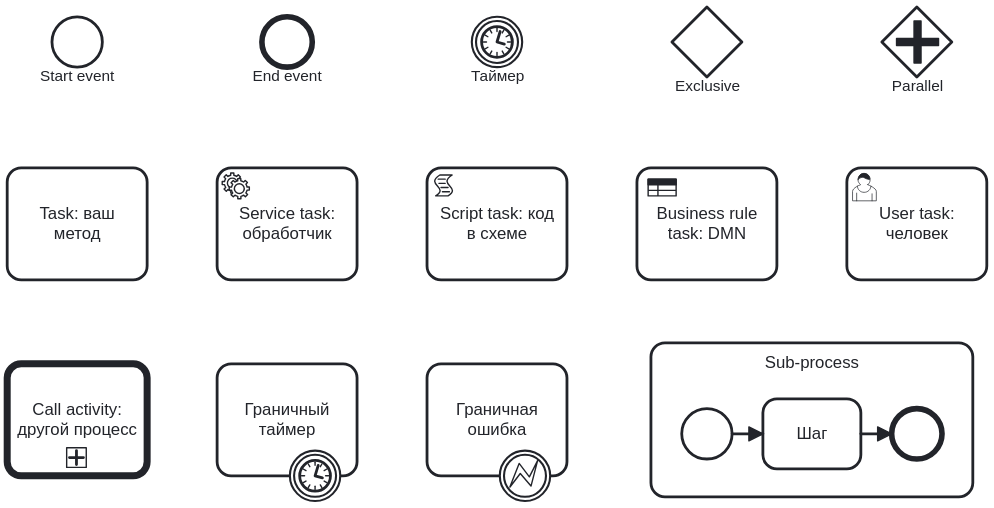
The BPMN diagram docs/images/elements.svg in nicolas-vp/go-bpm, before a commit. Its source is kept beside it as docs/images/src/elements.bpmn. Ids are renumbered. Its diagram source:
```xml
<bpmn:definitions xmlns:bpmn="http://www.omg.org/spec/BPMN/20100524/MODEL" xmlns:bpmndi="http://www.omg.org/spec/BPMN/20100524/DI"
    xmlns:dc="http://www.omg.org/spec/DD/20100524/DC" xmlns:di="http://www.omg.org/spec/DD/20100524/DI"
    xmlns:zeebe="http://camunda.org/schema/zeebe/1.0" xmlns:xsi="http://www.w3.org/2001/XMLSchema-instance"
    id="Definitions_Elements" targetNamespace="http://bpmn.io/schema/bpmn">
  <bpmn:process id="Elements" isExecutable="true">
    <bpmn:startEvent id="e0" name="Start event"></bpmn:startEvent>
    <bpmn:endEvent id="e1" name="End event"></bpmn:endEvent>
    <bpmn:intermediateCatchEvent id="e2" name="Таймер"><bpmn:timerEventDefinition><bpmn:timeDuration xsi:type="bpmn:tFormalExpression">PT5M</bpmn:timeDuration></bpmn:timerEventDefinition></bpmn:intermediateCatchEvent>
    <bpmn:exclusiveGateway id="e3" name="Exclusive"></bpmn:exclusiveGateway>
    <bpmn:parallelGateway id="e4" name="Parallel"></bpmn:parallelGateway>
    <bpmn:task id="t0" name="Task: ваш метод"></bpmn:task>
    <bpmn:serviceTask id="t1" name="Service task: обработчик"><bpmn:extensionElements><zeebe:taskDefinition type="x" /></bpmn:extensionElements></bpmn:serviceTask>
    <bpmn:scriptTask id="t2" name="Script task: код в схеме"></bpmn:scriptTask>
    <bpmn:businessRuleTask id="t3" name="Business rule task: DMN"></bpmn:businessRuleTask>
    <bpmn:userTask id="t4" name="User task: человек"></bpmn:userTask>
    <bpmn:callActivity id="c1" name="Call activity: другой процесс"></bpmn:callActivity>
    <bpmn:task id="b1" name="Граничный таймер"></bpmn:task>
    <bpmn:boundaryEvent id="b1t" attachedToRef="b1"><bpmn:timerEventDefinition><bpmn:timeDuration xsi:type="bpmn:tFormalExpression">PT30S</bpmn:timeDuration></bpmn:timerEventDefinition></bpmn:boundaryEvent>
    <bpmn:task id="b2" name="Граничная ошибка"></bpmn:task>
    <bpmn:boundaryEvent id="b2e" attachedToRef="b2"><bpmn:errorEventDefinition /></bpmn:boundaryEvent>
    <bpmn:subProcess id="s1" name="Sub-process">      <bpmn:startEvent id="s1a"><bpmn:outgoing>sf1</bpmn:outgoing></bpmn:startEvent>
      <bpmn:task id="s1b" name="Шаг"><bpmn:incoming>sf1</bpmn:incoming><bpmn:outgoing>sf2</bpmn:outgoing></bpmn:task>
      <bpmn:endEvent id="s1c"><bpmn:incoming>sf2</bpmn:incoming></bpmn:endEvent>
</bpmn:subProcess>
    <bpmn:sequenceFlow id="sf1" sourceRef="s1a" targetRef="s1b"></bpmn:sequenceFlow>
    <bpmn:sequenceFlow id="sf2" sourceRef="s1b" targetRef="s1c"></bpmn:sequenceFlow>
  </bpmn:process>
  <bpmndi:BPMNDiagram id="Diagram_Elements">
    <bpmndi:BPMNPlane id="Plane_Elements" bpmnElement="Elements">
      <bpmndi:BPMNShape id="e0_di" bpmnElement="e0"><dc:Bounds x="62" y="42" width="36" height="36" /></bpmndi:BPMNShape>
      <bpmndi:BPMNShape id="e1_di" bpmnElement="e1"><dc:Bounds x="212" y="42" width="36" height="36" /></bpmndi:BPMNShape>
      <bpmndi:BPMNShape id="e2_di" bpmnElement="e2"><dc:Bounds x="362" y="42" width="36" height="36" /></bpmndi:BPMNShape>
      <bpmndi:BPMNShape id="e3_di" bpmnElement="e3"><dc:Bounds x="505" y="35" width="50" height="50" /></bpmndi:BPMNShape>
      <bpmndi:BPMNShape id="e4_di" bpmnElement="e4"><dc:Bounds x="655" y="35" width="50" height="50" /></bpmndi:BPMNShape>
      <bpmndi:BPMNShape id="t0_di" bpmnElement="t0"><dc:Bounds x="30" y="150" width="100" height="80" /></bpmndi:BPMNShape>
      <bpmndi:BPMNShape id="t1_di" bpmnElement="t1"><dc:Bounds x="180" y="150" width="100" height="80" /></bpmndi:BPMNShape>
      <bpmndi:BPMNShape id="t2_di" bpmnElement="t2"><dc:Bounds x="330" y="150" width="100" height="80" /></bpmndi:BPMNShape>
      <bpmndi:BPMNShape id="t3_di" bpmnElement="t3"><dc:Bounds x="480" y="150" width="100" height="80" /></bpmndi:BPMNShape>
      <bpmndi:BPMNShape id="t4_di" bpmnElement="t4"><dc:Bounds x="630" y="150" width="100" height="80" /></bpmndi:BPMNShape>
      <bpmndi:BPMNShape id="c1_di" bpmnElement="c1"><dc:Bounds x="30" y="290" width="100" height="80" /></bpmndi:BPMNShape>
      <bpmndi:BPMNShape id="b1_di" bpmnElement="b1"><dc:Bounds x="180" y="290" width="100" height="80" /></bpmndi:BPMNShape>
      <bpmndi:BPMNShape id="b1t_di" bpmnElement="b1t"><dc:Bounds x="232" y="352" width="36" height="36" /></bpmndi:BPMNShape>
      <bpmndi:BPMNShape id="b2_di" bpmnElement="b2"><dc:Bounds x="330" y="290" width="100" height="80" /></bpmndi:BPMNShape>
      <bpmndi:BPMNShape id="b2e_di" bpmnElement="b2e"><dc:Bounds x="382" y="352" width="36" height="36" /></bpmndi:BPMNShape>
      <bpmndi:BPMNShape id="s1_di" bpmnElement="s1" isExpanded="true"><dc:Bounds x="490" y="275" width="230" height="110" /></bpmndi:BPMNShape>
      <bpmndi:BPMNShape id="s1a_di" bpmnElement="s1a"><dc:Bounds x="512" y="322" width="36" height="36" /></bpmndi:BPMNShape>
      <bpmndi:BPMNShape id="s1b_di" bpmnElement="s1b"><dc:Bounds x="570" y="315" width="70" height="50" /></bpmndi:BPMNShape>
      <bpmndi:BPMNShape id="s1c_di" bpmnElement="s1c"><dc:Bounds x="662" y="322" width="36" height="36" /></bpmndi:BPMNShape>
      <bpmndi:BPMNEdge id="sf1_di" bpmnElement="sf1"><di:waypoint x="548" y="340" /><di:waypoint x="570" y="340" /></bpmndi:BPMNEdge>
      <bpmndi:BPMNEdge id="sf2_di" bpmnElement="sf2"><di:waypoint x="640" y="340" /><di:waypoint x="662" y="340" /></bpmndi:BPMNEdge>
    </bpmndi:BPMNPlane>
  </bpmndi:BPMNDiagram>
</bpmn:definitions>
```
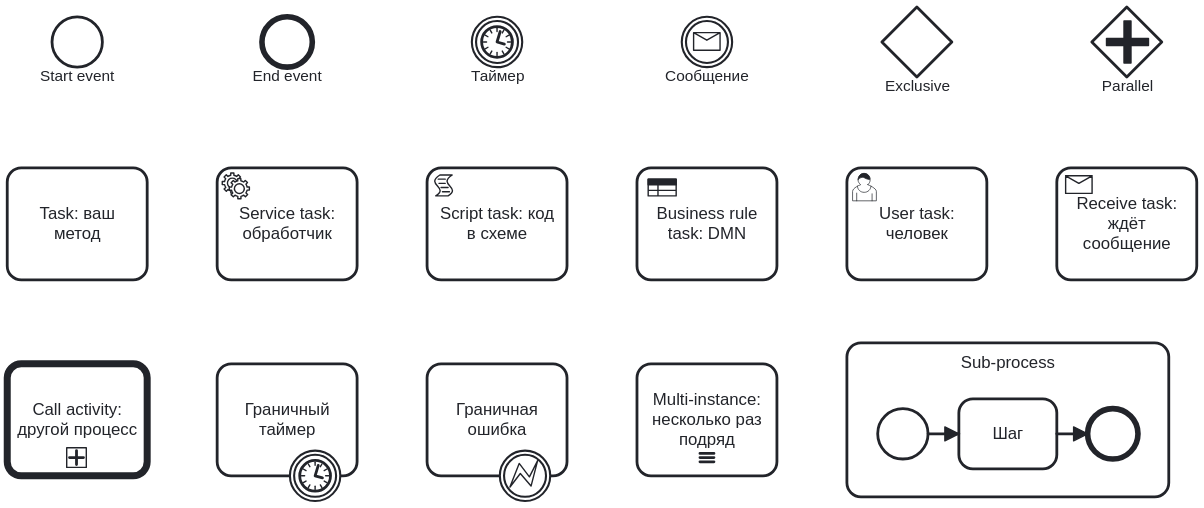
The same file after the commit.

Commit message:
Документация: на схеме элементов - сообщения, receive task и multi-instance

The edit, as a diff of the source:
```diff
@@ -6,6 +6,7 @@
     <bpmn:startEvent id="e0" name="Start event"></bpmn:startEvent>
     <bpmn:endEvent id="e1" name="End event"></bpmn:endEvent>
     <bpmn:intermediateCatchEvent id="e2" name="Таймер"><bpmn:timerEventDefinition><bpmn:timeDuration xsi:type="bpmn:tFormalExpression">PT5M</bpmn:timeDuration></bpmn:timerEventDefinition></bpmn:intermediateCatchEvent>
+    <bpmn:intermediateCatchEvent id="e5" name="Сообщение"><bpmn:messageEventDefinition messageRef="m1" /></bpmn:intermediateCatchEvent>
     <bpmn:exclusiveGateway id="e3" name="Exclusive"></bpmn:exclusiveGateway>
     <bpmn:parallelGateway id="e4" name="Parallel"></bpmn:parallelGateway>
     <bpmn:task id="t0" name="Task: ваш метод"></bpmn:task>
@@ -13,11 +14,13 @@
     <bpmn:scriptTask id="t2" name="Script task: код в схеме"></bpmn:scriptTask>
     <bpmn:businessRuleTask id="t3" name="Business rule task: DMN"></bpmn:businessRuleTask>
     <bpmn:userTask id="t4" name="User task: человек"></bpmn:userTask>
+    <bpmn:receiveTask id="t5" name="Receive task: ждёт сообщение" messageRef="m1"></bpmn:receiveTask>
     <bpmn:callActivity id="c1" name="Call activity: другой процесс"></bpmn:callActivity>
     <bpmn:task id="b1" name="Граничный таймер"></bpmn:task>
     <bpmn:boundaryEvent id="b1t" attachedToRef="b1"><bpmn:timerEventDefinition><bpmn:timeDuration xsi:type="bpmn:tFormalExpression">PT30S</bpmn:timeDuration></bpmn:timerEventDefinition></bpmn:boundaryEvent>
     <bpmn:task id="b2" name="Граничная ошибка"></bpmn:task>
     <bpmn:boundaryEvent id="b2e" attachedToRef="b2"><bpmn:errorEventDefinition /></bpmn:boundaryEvent>
+    <bpmn:task id="l1" name="Multi-instance: несколько раз подряд"><bpmn:multiInstanceLoopCharacteristics isSequential="true"><bpmn:loopCardinality xsi:type="bpmn:tFormalExpression">3</bpmn:loopCardinality></bpmn:multiInstanceLoopCharacteristics></bpmn:task>
     <bpmn:subProcess id="s1" name="Sub-process">      <bpmn:startEvent id="s1a"><bpmn:outgoing>sf1</bpmn:outgoing></bpmn:startEvent>
       <bpmn:task id="s1b" name="Шаг"><bpmn:incoming>sf1</bpmn:incoming><bpmn:outgoing>sf2</bpmn:outgoing></bpmn:task>
       <bpmn:endEvent id="s1c"><bpmn:incoming>sf2</bpmn:incoming></bpmn:endEvent>
@@ -25,29 +28,33 @@
     <bpmn:sequenceFlow id="sf1" sourceRef="s1a" targetRef="s1b"></bpmn:sequenceFlow>
     <bpmn:sequenceFlow id="sf2" sourceRef="s1b" targetRef="s1c"></bpmn:sequenceFlow>
   </bpmn:process>
+  <bpmn:message id="m1" name="message" />
   <bpmndi:BPMNDiagram id="Diagram_Elements">
     <bpmndi:BPMNPlane id="Plane_Elements" bpmnElement="Elements">
       <bpmndi:BPMNShape id="e0_di" bpmnElement="e0"><dc:Bounds x="62" y="42" width="36" height="36" /></bpmndi:BPMNShape>
       <bpmndi:BPMNShape id="e1_di" bpmnElement="e1"><dc:Bounds x="212" y="42" width="36" height="36" /></bpmndi:BPMNShape>
       <bpmndi:BPMNShape id="e2_di" bpmnElement="e2"><dc:Bounds x="362" y="42" width="36" height="36" /></bpmndi:BPMNShape>
-      <bpmndi:BPMNShape id="e3_di" bpmnElement="e3"><dc:Bounds x="505" y="35" width="50" height="50" /></bpmndi:BPMNShape>
-      <bpmndi:BPMNShape id="e4_di" bpmnElement="e4"><dc:Bounds x="655" y="35" width="50" height="50" /></bpmndi:BPMNShape>
+      <bpmndi:BPMNShape id="e3_di" bpmnElement="e3"><dc:Bounds x="655" y="35" width="50" height="50" /></bpmndi:BPMNShape>
+      <bpmndi:BPMNShape id="e4_di" bpmnElement="e4"><dc:Bounds x="805" y="35" width="50" height="50" /></bpmndi:BPMNShape>
       <bpmndi:BPMNShape id="t0_di" bpmnElement="t0"><dc:Bounds x="30" y="150" width="100" height="80" /></bpmndi:BPMNShape>
       <bpmndi:BPMNShape id="t1_di" bpmnElement="t1"><dc:Bounds x="180" y="150" width="100" height="80" /></bpmndi:BPMNShape>
       <bpmndi:BPMNShape id="t2_di" bpmnElement="t2"><dc:Bounds x="330" y="150" width="100" height="80" /></bpmndi:BPMNShape>
       <bpmndi:BPMNShape id="t3_di" bpmnElement="t3"><dc:Bounds x="480" y="150" width="100" height="80" /></bpmndi:BPMNShape>
       <bpmndi:BPMNShape id="t4_di" bpmnElement="t4"><dc:Bounds x="630" y="150" width="100" height="80" /></bpmndi:BPMNShape>
+      <bpmndi:BPMNShape id="e5_di" bpmnElement="e5"><dc:Bounds x="512" y="42" width="36" height="36" /></bpmndi:BPMNShape>
+      <bpmndi:BPMNShape id="t5_di" bpmnElement="t5"><dc:Bounds x="780" y="150" width="100" height="80" /></bpmndi:BPMNShape>
       <bpmndi:BPMNShape id="c1_di" bpmnElement="c1"><dc:Bounds x="30" y="290" width="100" height="80" /></bpmndi:BPMNShape>
       <bpmndi:BPMNShape id="b1_di" bpmnElement="b1"><dc:Bounds x="180" y="290" width="100" height="80" /></bpmndi:BPMNShape>
       <bpmndi:BPMNShape id="b1t_di" bpmnElement="b1t"><dc:Bounds x="232" y="352" width="36" height="36" /></bpmndi:BPMNShape>
       <bpmndi:BPMNShape id="b2_di" bpmnElement="b2"><dc:Bounds x="330" y="290" width="100" height="80" /></bpmndi:BPMNShape>
       <bpmndi:BPMNShape id="b2e_di" bpmnElement="b2e"><dc:Bounds x="382" y="352" width="36" height="36" /></bpmndi:BPMNShape>
-      <bpmndi:BPMNShape id="s1_di" bpmnElement="s1" isExpanded="true"><dc:Bounds x="490" y="275" width="230" height="110" /></bpmndi:BPMNShape>
-      <bpmndi:BPMNShape id="s1a_di" bpmnElement="s1a"><dc:Bounds x="512" y="322" width="36" height="36" /></bpmndi:BPMNShape>
-      <bpmndi:BPMNShape id="s1b_di" bpmnElement="s1b"><dc:Bounds x="570" y="315" width="70" height="50" /></bpmndi:BPMNShape>
-      <bpmndi:BPMNShape id="s1c_di" bpmnElement="s1c"><dc:Bounds x="662" y="322" width="36" height="36" /></bpmndi:BPMNShape>
-      <bpmndi:BPMNEdge id="sf1_di" bpmnElement="sf1"><di:waypoint x="548" y="340" /><di:waypoint x="570" y="340" /></bpmndi:BPMNEdge>
-      <bpmndi:BPMNEdge id="sf2_di" bpmnElement="sf2"><di:waypoint x="640" y="340" /><di:waypoint x="662" y="340" /></bpmndi:BPMNEdge>
+      <bpmndi:BPMNShape id="l1_di" bpmnElement="l1"><dc:Bounds x="480" y="290" width="100" height="80" /></bpmndi:BPMNShape>
+      <bpmndi:BPMNShape id="s1_di" bpmnElement="s1" isExpanded="true"><dc:Bounds x="630" y="275" width="230" height="110" /></bpmndi:BPMNShape>
+      <bpmndi:BPMNShape id="s1a_di" bpmnElement="s1a"><dc:Bounds x="652" y="322" width="36" height="36" /></bpmndi:BPMNShape>
+      <bpmndi:BPMNShape id="s1b_di" bpmnElement="s1b"><dc:Bounds x="710" y="315" width="70" height="50" /></bpmndi:BPMNShape>
+      <bpmndi:BPMNShape id="s1c_di" bpmnElement="s1c"><dc:Bounds x="802" y="322" width="36" height="36" /></bpmndi:BPMNShape>
+      <bpmndi:BPMNEdge id="sf1_di" bpmnElement="sf1"><di:waypoint x="688" y="340" /><di:waypoint x="710" y="340" /></bpmndi:BPMNEdge>
+      <bpmndi:BPMNEdge id="sf2_di" bpmnElement="sf2"><di:waypoint x="780" y="340" /><di:waypoint x="802" y="340" /></bpmndi:BPMNEdge>
     </bpmndi:BPMNPlane>
   </bpmndi:BPMNDiagram>
 </bpmn:definitions>
```
